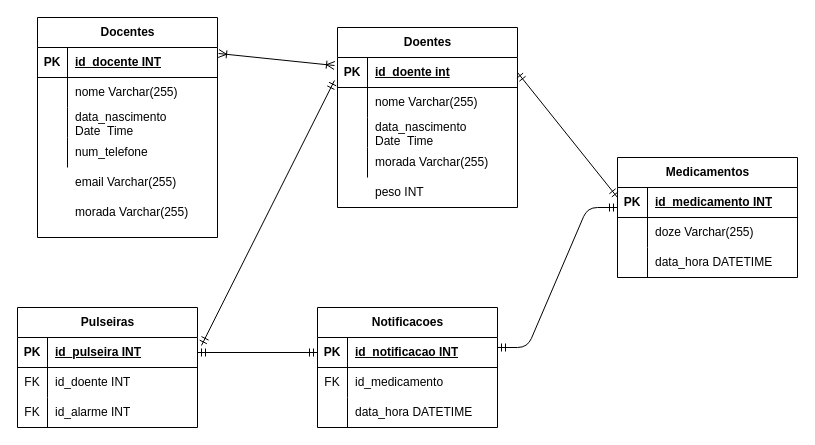
This is PAP/aplicaçao.drawio from Joaoesjal/PAP--WOLM, a draw.io file, before an edit. Source tidied: cells renumbered, new cells numbered last; positions are measured from the earlier drawing's top-left corner, leaving out a move shared by most shapes. Both pictures are drawn from the tidied source at 100%, with x=0, y=0 at pixel (17, 17).
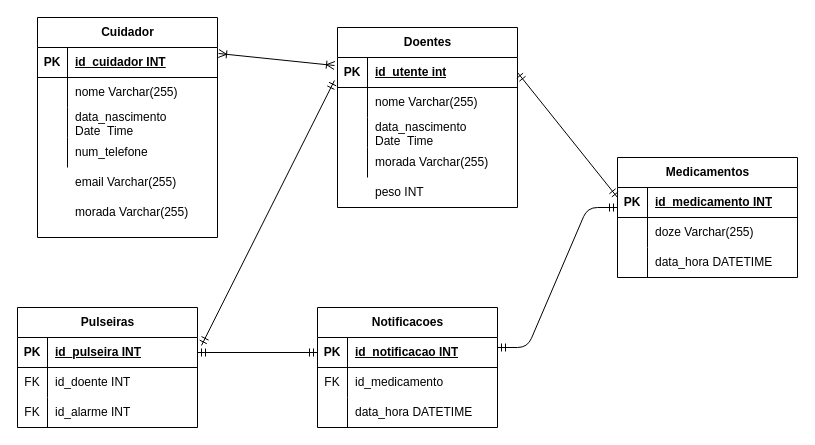
Above is the later version.

Unchanged cells that the change refers to:
```xml
<mxCell id="3" style="shape=tableRow;horizontal=0;startSize=0;swimlaneHead=0;swimlaneBody=0;fillColor=none;points=[[0,0.5],[1,0.5]];portConstraint=eastwest;top=0;left=0;right=0;bottom=1;" parent="2" vertex="1">
  <mxGeometry y="30" width="180" height="30" as="geometry" />
</mxCell>
<mxCell id="18" style="shape=tableRow;horizontal=0;startSize=0;swimlaneHead=0;swimlaneBody=0;fillColor=none;points=[[0,0.5],[1,0.5]];portConstraint=eastwest;top=0;left=0;right=0;bottom=1;" parent="17" vertex="1">
  <mxGeometry y="30" width="180" height="30" as="geometry" />
</mxCell>
```

Change to the diagram source:
```diff
@@
-    <mxCell id="5" value="id_doente int" style="shape=partialRectangle;fillColor=none;top=0;left=0;bottom=0;right=0;align=left;spacingLeft=6;fontStyle=5;overflow=hidden;whiteSpace=wrap;html=1;" parent="3" vertex="1">
+    <mxCell id="5" value="id_utente int" style="shape=partialRectangle;fillColor=none;top=0;left=0;bottom=0;right=0;align=left;spacingLeft=6;fontStyle=5;overflow=hidden;whiteSpace=wrap;html=1;" parent="3" vertex="1">
       <mxGeometry x="30" width="150" height="30" as="geometry" />
     </mxCell>
@@
-    <mxCell id="17" value="Docentes" style="shape=table;startSize=30;childLayout=tableLayout;rowLines=0;fontStyle=1;align=center;html=1;" parent="1" vertex="1">
+    <mxCell id="17" value="Cuidador" style="shape=table;startSize=30;childLayout=tableLayout;rowLines=0;fontStyle=1;align=center;html=1;" parent="1" vertex="1">
       <mxGeometry x="20" width="180" height="220" as="geometry" />
     </mxCell>
@@
-    <mxCell id="20" value="id_docente INT" style="shape=partialRectangle;fillColor=none;top=0;left=0;bottom=0;right=0;align=left;spacingLeft=6;fontStyle=5;overflow=hidden;whiteSpace=wrap;html=1;" parent="18" vertex="1">
+    <mxCell id="20" value="id_cuidador INT" style="shape=partialRectangle;fillColor=none;top=0;left=0;bottom=0;right=0;align=left;spacingLeft=6;fontStyle=5;overflow=hidden;whiteSpace=wrap;html=1;" parent="18" vertex="1">
       <mxGeometry x="30" width="150" height="30" as="geometry" />
     </mxCell>
```
